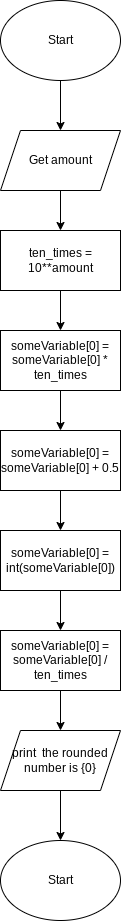
Earlier version of the draw.io export flowchart.png (Huzaifa-Khalid-2/ICS3U-Unit5-06-Python). Source tidied: cells renumbered, new cells last; positions are measured from the earlier drawing's top-left corner, leaving out a move shared by most shapes.
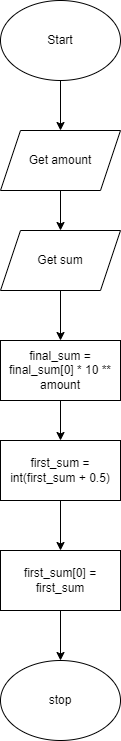
The same diagram one commit later.

Diff of the diagram source:
```diff
@@ -18,54 +18,34 @@
     </mxCell>
     <mxCell id="6" style="edgeStyle=none;html=1;" parent="1" edge="1" source="7">
       <mxGeometry relative="1" as="geometry">
-        <mxPoint x="60" y="330" as="targetPoint" />
+        <mxPoint x="60" y="440" as="targetPoint" />
       </mxGeometry>
     </mxCell>
-    <mxCell id="7" value="ten_times = 10**amount" style="rounded=0;whiteSpace=wrap;html=1;" parent="1" vertex="1">
-      <mxGeometry y="230" width="120" height="60" as="geometry" />
+    <mxCell id="7" value="final_sum = final_sum[0] * 10 ** amount" style="rounded=0;whiteSpace=wrap;html=1;" parent="1" vertex="1">
+      <mxGeometry y="340" width="120" height="60" as="geometry" />
     </mxCell>
-    <mxCell id="8" style="edgeStyle=none;html=1;fontColor=#000000;" parent="1" edge="1" source="9">
-      <mxGeometry relative="1" as="geometry">
-        <mxPoint x="60" y="430" as="targetPoint" />
-      </mxGeometry>
-    </mxCell>
-    <mxCell id="9" value="&lt;span class=&quot;pl-s1&quot; style=&quot;box-sizing: border-box ; font-family: , , &amp;#34;sf mono&amp;#34; , &amp;#34;menlo&amp;#34; , &amp;#34;consolas&amp;#34; , &amp;#34;liberation mono&amp;#34; , monospace&quot;&gt;&lt;span class=&quot;pl-token&quot; style=&quot;box-sizing: border-box&quot;&gt;someVariable&lt;/span&gt;&lt;/span&gt;&lt;span style=&quot;font-family: , , &amp;#34;sf mono&amp;#34; , &amp;#34;menlo&amp;#34; , &amp;#34;consolas&amp;#34; , &amp;#34;liberation mono&amp;#34; , monospace&quot;&gt;[&lt;/span&gt;&lt;span class=&quot;pl-c1&quot; style=&quot;box-sizing: border-box ; font-family: , , &amp;#34;sf mono&amp;#34; , &amp;#34;menlo&amp;#34; , &amp;#34;consolas&amp;#34; , &amp;#34;liberation mono&amp;#34; , monospace&quot;&gt;0&lt;/span&gt;&lt;span style=&quot;font-family: , , &amp;#34;sf mono&amp;#34; , &amp;#34;menlo&amp;#34; , &amp;#34;consolas&amp;#34; , &amp;#34;liberation mono&amp;#34; , monospace&quot;&gt;] &lt;/span&gt;&lt;span class=&quot;pl-c1&quot; style=&quot;box-sizing: border-box ; font-family: , , &amp;#34;sf mono&amp;#34; , &amp;#34;menlo&amp;#34; , &amp;#34;consolas&amp;#34; , &amp;#34;liberation mono&amp;#34; , monospace&quot;&gt;=&lt;/span&gt;&lt;span style=&quot;font-family: , , &amp;#34;sf mono&amp;#34; , &amp;#34;menlo&amp;#34; , &amp;#34;consolas&amp;#34; , &amp;#34;liberation mono&amp;#34; , monospace&quot;&gt; &lt;/span&gt;&lt;span class=&quot;pl-s1&quot; style=&quot;box-sizing: border-box ; font-family: , , &amp;#34;sf mono&amp;#34; , &amp;#34;menlo&amp;#34; , &amp;#34;consolas&amp;#34; , &amp;#34;liberation mono&amp;#34; , monospace&quot;&gt;someVariable&lt;/span&gt;&lt;span style=&quot;font-family: , , &amp;#34;sf mono&amp;#34; , &amp;#34;menlo&amp;#34; , &amp;#34;consolas&amp;#34; , &amp;#34;liberation mono&amp;#34; , monospace&quot;&gt;[&lt;/span&gt;&lt;span class=&quot;pl-c1&quot; style=&quot;box-sizing: border-box ; font-family: , , &amp;#34;sf mono&amp;#34; , &amp;#34;menlo&amp;#34; , &amp;#34;consolas&amp;#34; , &amp;#34;liberation mono&amp;#34; , monospace&quot;&gt;0&lt;/span&gt;&lt;span style=&quot;font-family: , , &amp;#34;sf mono&amp;#34; , &amp;#34;menlo&amp;#34; , &amp;#34;consolas&amp;#34; , &amp;#34;liberation mono&amp;#34; , monospace&quot;&gt;] &lt;/span&gt;&lt;span class=&quot;pl-c1&quot; style=&quot;box-sizing: border-box ; font-family: , , &amp;#34;sf mono&amp;#34; , &amp;#34;menlo&amp;#34; , &amp;#34;consolas&amp;#34; , &amp;#34;liberation mono&amp;#34; , monospace&quot;&gt;*&lt;/span&gt;&lt;span style=&quot;font-family: , , &amp;#34;sf mono&amp;#34; , &amp;#34;menlo&amp;#34; , &amp;#34;consolas&amp;#34; , &amp;#34;liberation mono&amp;#34; , monospace&quot;&gt; &lt;/span&gt;&lt;span class=&quot;pl-s1&quot; style=&quot;box-sizing: border-box ; font-family: , , &amp;#34;sf mono&amp;#34; , &amp;#34;menlo&amp;#34; , &amp;#34;consolas&amp;#34; , &amp;#34;liberation mono&amp;#34; , monospace&quot;&gt;&lt;span class=&quot;pl-token&quot; style=&quot;box-sizing: border-box&quot;&gt;ten_times&lt;/span&gt;&lt;/span&gt;" style="rounded=0;whiteSpace=wrap;html=1;" parent="1" vertex="1">
-      <mxGeometry y="330" width="120" height="60" as="geometry" />
-    </mxCell>
-    <mxCell id="10" style="edgeStyle=none;html=1;fontColor=#000000;" parent="1" edge="1" source="11">
-      <mxGeometry relative="1" as="geometry">
-        <mxPoint x="60" y="530" as="targetPoint" />
-      </mxGeometry>
-    </mxCell>
-    <mxCell id="11" value="&lt;span style=&quot;background-color: rgb(255 , 255 , 255)&quot;&gt;&lt;span class=&quot;pl-s1&quot; style=&quot;box-sizing: border-box ; font-family: , , &amp;#34;sf mono&amp;#34; , &amp;#34;menlo&amp;#34; , &amp;#34;consolas&amp;#34; , &amp;#34;liberation mono&amp;#34; , monospace&quot;&gt;&lt;span class=&quot;pl-token&quot; style=&quot;box-sizing: border-box ; cursor: pointer&quot;&gt;someVariable&lt;/span&gt;&lt;/span&gt;&lt;span style=&quot;font-family: , , &amp;#34;sf mono&amp;#34; , &amp;#34;menlo&amp;#34; , &amp;#34;consolas&amp;#34; , &amp;#34;liberation mono&amp;#34; , monospace&quot;&gt;[&lt;/span&gt;&lt;span class=&quot;pl-c1&quot; style=&quot;box-sizing: border-box ; font-family: , , &amp;#34;sf mono&amp;#34; , &amp;#34;menlo&amp;#34; , &amp;#34;consolas&amp;#34; , &amp;#34;liberation mono&amp;#34; , monospace&quot;&gt;0&lt;/span&gt;&lt;span style=&quot;font-family: , , &amp;#34;sf mono&amp;#34; , &amp;#34;menlo&amp;#34; , &amp;#34;consolas&amp;#34; , &amp;#34;liberation mono&amp;#34; , monospace&quot;&gt;] &lt;/span&gt;&lt;span class=&quot;pl-c1&quot; style=&quot;box-sizing: border-box ; font-family: , , &amp;#34;sf mono&amp;#34; , &amp;#34;menlo&amp;#34; , &amp;#34;consolas&amp;#34; , &amp;#34;liberation mono&amp;#34; , monospace&quot;&gt;=&lt;/span&gt;&lt;span style=&quot;font-family: , , &amp;#34;sf mono&amp;#34; , &amp;#34;menlo&amp;#34; , &amp;#34;consolas&amp;#34; , &amp;#34;liberation mono&amp;#34; , monospace&quot;&gt; &lt;/span&gt;&lt;span class=&quot;pl-s1&quot; style=&quot;box-sizing: border-box ; font-family: , , &amp;#34;sf mono&amp;#34; , &amp;#34;menlo&amp;#34; , &amp;#34;consolas&amp;#34; , &amp;#34;liberation mono&amp;#34; , monospace&quot;&gt;&lt;span class=&quot;pl-token&quot; style=&quot;box-sizing: border-box&quot;&gt;someVariable&lt;/span&gt;&lt;/span&gt;&lt;span style=&quot;font-family: , , &amp;#34;sf mono&amp;#34; , &amp;#34;menlo&amp;#34; , &amp;#34;consolas&amp;#34; , &amp;#34;liberation mono&amp;#34; , monospace&quot;&gt;[&lt;/span&gt;&lt;span class=&quot;pl-c1&quot; style=&quot;box-sizing: border-box ; font-family: , , &amp;#34;sf mono&amp;#34; , &amp;#34;menlo&amp;#34; , &amp;#34;consolas&amp;#34; , &amp;#34;liberation mono&amp;#34; , monospace&quot;&gt;0&lt;/span&gt;&lt;span style=&quot;font-family: , , &amp;#34;sf mono&amp;#34; , &amp;#34;menlo&amp;#34; , &amp;#34;consolas&amp;#34; , &amp;#34;liberation mono&amp;#34; , monospace&quot;&gt;] &lt;/span&gt;&lt;span class=&quot;pl-c1&quot; style=&quot;box-sizing: border-box ; font-family: , , &amp;#34;sf mono&amp;#34; , &amp;#34;menlo&amp;#34; , &amp;#34;consolas&amp;#34; , &amp;#34;liberation mono&amp;#34; , monospace&quot;&gt;+&lt;/span&gt;&lt;span style=&quot;font-family: , , &amp;#34;sf mono&amp;#34; , &amp;#34;menlo&amp;#34; , &amp;#34;consolas&amp;#34; , &amp;#34;liberation mono&amp;#34; , monospace&quot;&gt; &lt;/span&gt;&lt;span class=&quot;pl-c1&quot; style=&quot;box-sizing: border-box ; font-family: , , &amp;#34;sf mono&amp;#34; , &amp;#34;menlo&amp;#34; , &amp;#34;consolas&amp;#34; , &amp;#34;liberation mono&amp;#34; , monospace&quot;&gt;0.5&lt;/span&gt;&lt;/span&gt;" style="rounded=0;whiteSpace=wrap;html=1;" parent="1" vertex="1">
-      <mxGeometry y="430" width="120" height="60" as="geometry" />
-    </mxCell>
-    <mxCell id="12" style="edgeStyle=none;html=1;fontColor=#000000;" parent="1" edge="1" source="13">
-      <mxGeometry relative="1" as="geometry">
-        <mxPoint x="60" y="630" as="targetPoint" />
-      </mxGeometry>
-    </mxCell>
-    <mxCell id="13" value="&lt;span class=&quot;pl-s1&quot; style=&quot;box-sizing: border-box&quot;&gt;&lt;span class=&quot;pl-token&quot; style=&quot;box-sizing: border-box ; cursor: pointer&quot;&gt;someVariable&lt;/span&gt;&lt;/span&gt;[&lt;span class=&quot;pl-c1&quot; style=&quot;box-sizing: border-box&quot;&gt;0&lt;/span&gt;] &lt;span class=&quot;pl-c1&quot; style=&quot;box-sizing: border-box&quot;&gt;=&lt;/span&gt; &lt;span class=&quot;pl-en&quot; style=&quot;box-sizing: border-box&quot;&gt;int&lt;/span&gt;(&lt;span class=&quot;pl-s1&quot; style=&quot;box-sizing: border-box&quot;&gt;&lt;span class=&quot;pl-token&quot; style=&quot;box-sizing: border-box&quot;&gt;someVariable&lt;/span&gt;&lt;/span&gt;[&lt;span class=&quot;pl-c1&quot; style=&quot;box-sizing: border-box&quot;&gt;0&lt;/span&gt;])" style="rounded=0;whiteSpace=wrap;html=1;" parent="1" vertex="1">
-      <mxGeometry y="530" width="120" height="60" as="geometry" />
-    </mxCell>
-    <mxCell id="14" style="edgeStyle=none;html=1;fontColor=#000000;" parent="1" edge="1" source="15">
-      <mxGeometry relative="1" as="geometry">
-        <mxPoint x="60" y="730" as="targetPoint" />
-      </mxGeometry>
-    </mxCell>
+    <mxCell id="19" style="edgeStyle=none;html=1;" parent="1" edge="1" source="15">
+      <mxGeometry relative="1" as="geometry">
+        <mxPoint x="60" y="550" as="targetPoint" />
+      </mxGeometry>
+    </mxCell>
-    <mxCell id="15" value="&lt;span class=&quot;pl-s1&quot; style=&quot;box-sizing: border-box ; font-family: , , &amp;#34;sf mono&amp;#34; , &amp;#34;menlo&amp;#34; , &amp;#34;consolas&amp;#34; , &amp;#34;liberation mono&amp;#34; , monospace&quot;&gt;&lt;span class=&quot;pl-token&quot; style=&quot;box-sizing: border-box&quot;&gt;someVariable&lt;/span&gt;&lt;/span&gt;&lt;span style=&quot;font-family: , , &amp;#34;sf mono&amp;#34; , &amp;#34;menlo&amp;#34; , &amp;#34;consolas&amp;#34; , &amp;#34;liberation mono&amp;#34; , monospace&quot;&gt;[&lt;/span&gt;&lt;span class=&quot;pl-c1&quot; style=&quot;box-sizing: border-box ; font-family: , , &amp;#34;sf mono&amp;#34; , &amp;#34;menlo&amp;#34; , &amp;#34;consolas&amp;#34; , &amp;#34;liberation mono&amp;#34; , monospace&quot;&gt;0&lt;/span&gt;&lt;span style=&quot;font-family: , , &amp;#34;sf mono&amp;#34; , &amp;#34;menlo&amp;#34; , &amp;#34;consolas&amp;#34; , &amp;#34;liberation mono&amp;#34; , monospace&quot;&gt;] &lt;/span&gt;&lt;span class=&quot;pl-c1&quot; style=&quot;box-sizing: border-box ; font-family: , , &amp;#34;sf mono&amp;#34; , &amp;#34;menlo&amp;#34; , &amp;#34;consolas&amp;#34; , &amp;#34;liberation mono&amp;#34; , monospace&quot;&gt;=&lt;/span&gt;&lt;span style=&quot;font-family: , , &amp;#34;sf mono&amp;#34; , &amp;#34;menlo&amp;#34; , &amp;#34;consolas&amp;#34; , &amp;#34;liberation mono&amp;#34; , monospace&quot;&gt; &lt;/span&gt;&lt;span class=&quot;pl-s1&quot; style=&quot;box-sizing: border-box ; font-family: , , &amp;#34;sf mono&amp;#34; , &amp;#34;menlo&amp;#34; , &amp;#34;consolas&amp;#34; , &amp;#34;liberation mono&amp;#34; , monospace&quot;&gt;&lt;span class=&quot;pl-token&quot; style=&quot;box-sizing: border-box&quot;&gt;someVariable&lt;/span&gt;&lt;/span&gt;&lt;span style=&quot;font-family: , , &amp;#34;sf mono&amp;#34; , &amp;#34;menlo&amp;#34; , &amp;#34;consolas&amp;#34; , &amp;#34;liberation mono&amp;#34; , monospace&quot;&gt;[&lt;/span&gt;&lt;span class=&quot;pl-c1&quot; style=&quot;box-sizing: border-box ; font-family: , , &amp;#34;sf mono&amp;#34; , &amp;#34;menlo&amp;#34; , &amp;#34;consolas&amp;#34; , &amp;#34;liberation mono&amp;#34; , monospace&quot;&gt;0&lt;/span&gt;&lt;span style=&quot;font-family: , , &amp;#34;sf mono&amp;#34; , &amp;#34;menlo&amp;#34; , &amp;#34;consolas&amp;#34; , &amp;#34;liberation mono&amp;#34; , monospace&quot;&gt;] &lt;/span&gt;&lt;span class=&quot;pl-c1&quot; style=&quot;box-sizing: border-box ; font-family: , , &amp;#34;sf mono&amp;#34; , &amp;#34;menlo&amp;#34; , &amp;#34;consolas&amp;#34; , &amp;#34;liberation mono&amp;#34; , monospace&quot;&gt;/&lt;/span&gt;&lt;span style=&quot;font-family: , , &amp;#34;sf mono&amp;#34; , &amp;#34;menlo&amp;#34; , &amp;#34;consolas&amp;#34; , &amp;#34;liberation mono&amp;#34; , monospace&quot;&gt; &lt;/span&gt;&lt;span class=&quot;pl-s1&quot; style=&quot;box-sizing: border-box ; font-family: , , &amp;#34;sf mono&amp;#34; , &amp;#34;menlo&amp;#34; , &amp;#34;consolas&amp;#34; , &amp;#34;liberation mono&amp;#34; , monospace&quot;&gt;&lt;span class=&quot;pl-token&quot; style=&quot;box-sizing: border-box&quot;&gt;ten_times&lt;/span&gt;&lt;/span&gt;" style="rounded=0;whiteSpace=wrap;html=1;" parent="1" vertex="1">
-      <mxGeometry y="630" width="120" height="60" as="geometry" />
+    <mxCell id="15" value="first_sum = int(first_sum + 0.5)" style="rounded=0;whiteSpace=wrap;html=1;" parent="1" vertex="1">
+      <mxGeometry y="440" width="120" height="60" as="geometry" />
     </mxCell>
-    <mxCell id="16" style="edgeStyle=none;html=1;fontColor=#000000;" parent="1" edge="1" source="17">
-      <mxGeometry relative="1" as="geometry">
-        <mxPoint x="60" y="840" as="targetPoint" />
-      </mxGeometry>
-    </mxCell>
-    <mxCell id="17" value="print&amp;nbsp; the rounded number is {0}" style="shape=parallelogram;perimeter=parallelogramPerimeter;whiteSpace=wrap;html=1;fixedSize=1;" parent="1" vertex="1">
-      <mxGeometry y="730" width="120" height="60" as="geometry" />
-    </mxCell>
-    <mxCell id="18" value="Start" style="ellipse;whiteSpace=wrap;html=1;" parent="1" vertex="1">
-      <mxGeometry y="840" width="120" height="80" as="geometry" />
+    <mxCell id="18" value="stop" style="ellipse;whiteSpace=wrap;html=1;" parent="1" vertex="1">
+      <mxGeometry y="660" width="120" height="80" as="geometry" />
     </mxCell>
+    <mxCell id="20" style="edgeStyle=none;html=1;" parent="1" edge="1" source="21" target="7">
+      <mxGeometry relative="1" as="geometry" />
+    </mxCell>
+    <mxCell id="21" value="Get sum" style="shape=parallelogram;perimeter=parallelogramPerimeter;whiteSpace=wrap;html=1;fixedSize=1;" parent="1" vertex="1">
+      <mxGeometry y="230" width="120" height="60" as="geometry" />
+    </mxCell>
+    <mxCell id="22" style="edgeStyle=none;html=1;" parent="1" edge="1" source="23" target="18">
+      <mxGeometry relative="1" as="geometry" />
+    </mxCell>
+    <mxCell id="23" value="first_sum[0] = first_sum" style="rounded=0;whiteSpace=wrap;html=1;" parent="1" vertex="1">
+      <mxGeometry y="550" width="120" height="60" as="geometry" />
+    </mxCell>
   </root>
 </mxGraphModel>
```
